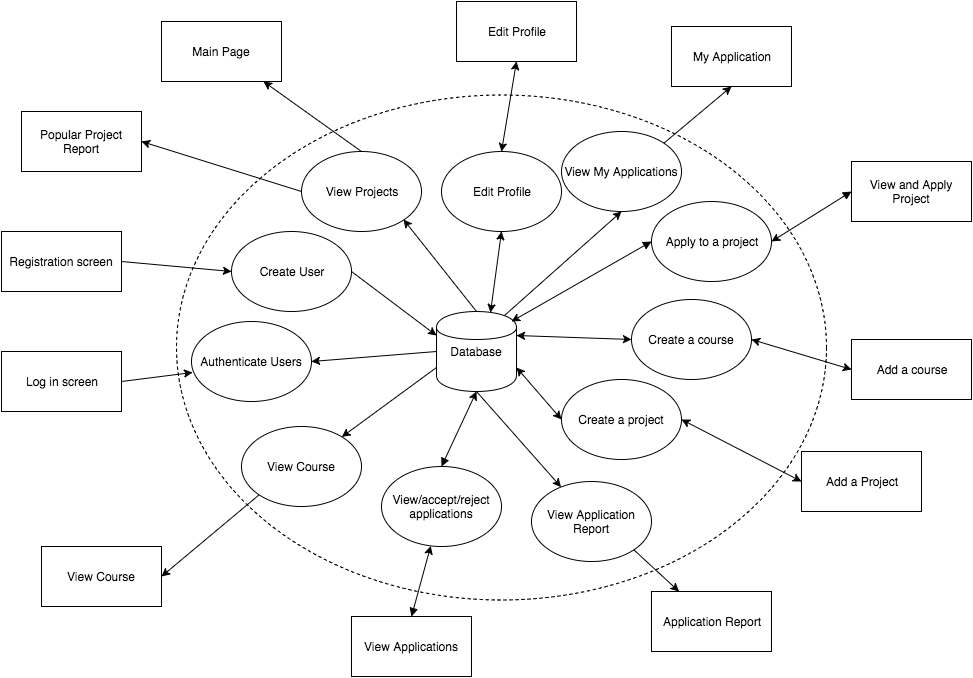
Before: phase1/Information Flow.png, a diagram exported from draw.io (lusean/CS4400-Project). Source tidied: cells renumbered, new cells last; positions are measured from the earlier drawing's top-left corner, leaving out a move shared by most shapes.
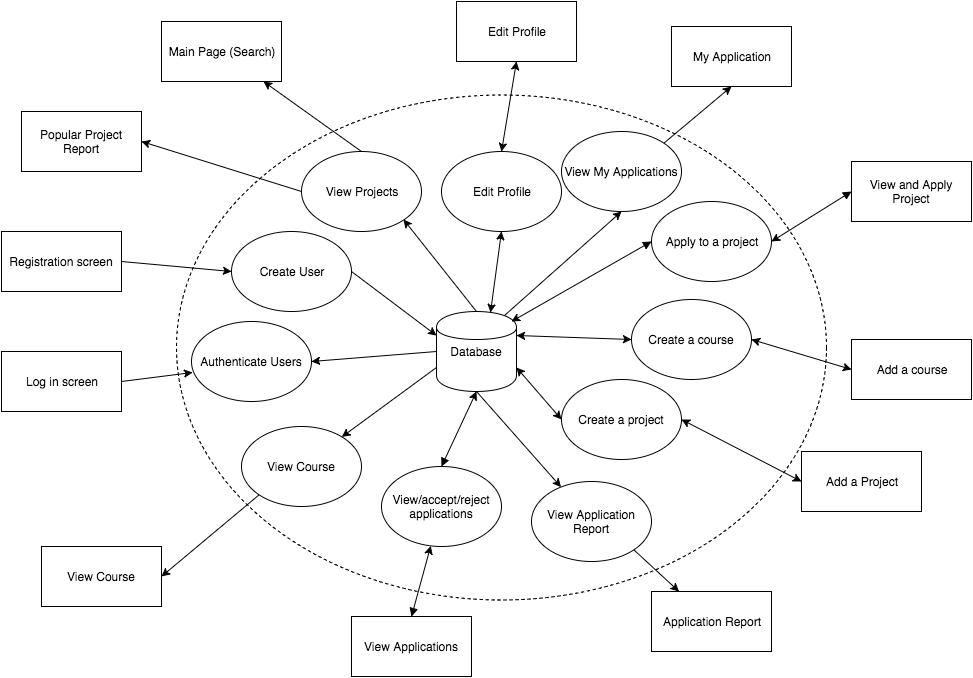
After the commit.

Commit message:
add clarification to main page in ifd

Diff of the diagram source:
```diff
@@ -26,7 +26,7 @@
     <mxCell id="9" value="Registration screen" style="whiteSpace=wrap;html=1;" parent="1" vertex="1">
       <mxGeometry y="230" width="120" height="60" as="geometry" />
     </mxCell>
-    <mxCell id="10" value="Main Page" style="whiteSpace=wrap;html=1;" parent="1" vertex="1">
+    <mxCell id="10" value="Main Page (Search)" style="whiteSpace=wrap;html=1;" parent="1" vertex="1">
       <mxGeometry x="160" y="20" width="120" height="60" as="geometry" />
     </mxCell>
     <mxCell id="11" style="rounded=0;html=1;exitX=0.5;exitY=1;entryX=0.5;entryY=0;jettySize=auto;startArrow=classic;startFill=1;" parent="1" edge="1" source="12" target="45">
```
